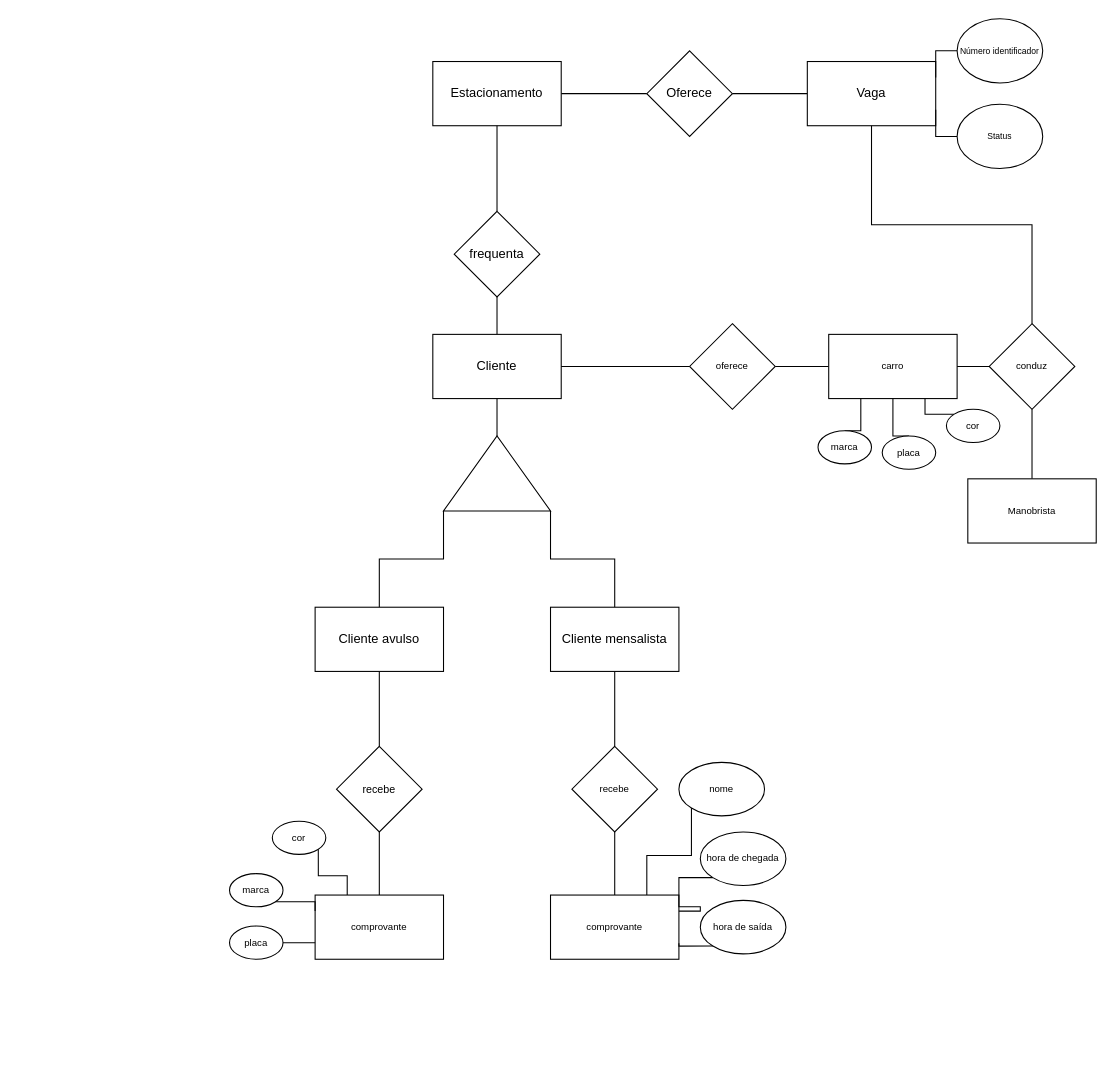
Above: Diagrama sem nome.drawio in PedroHsLox/aulabdd (draw.io), before the change. Source tidied: cells renumbered, new cells numbered last; positions are measured from the earlier drawing's top-left corner, leaving out a move shared by most shapes. Both pictures are drawn from the tidied source at 107%, with x=0, y=0 at pixel (229, 18).
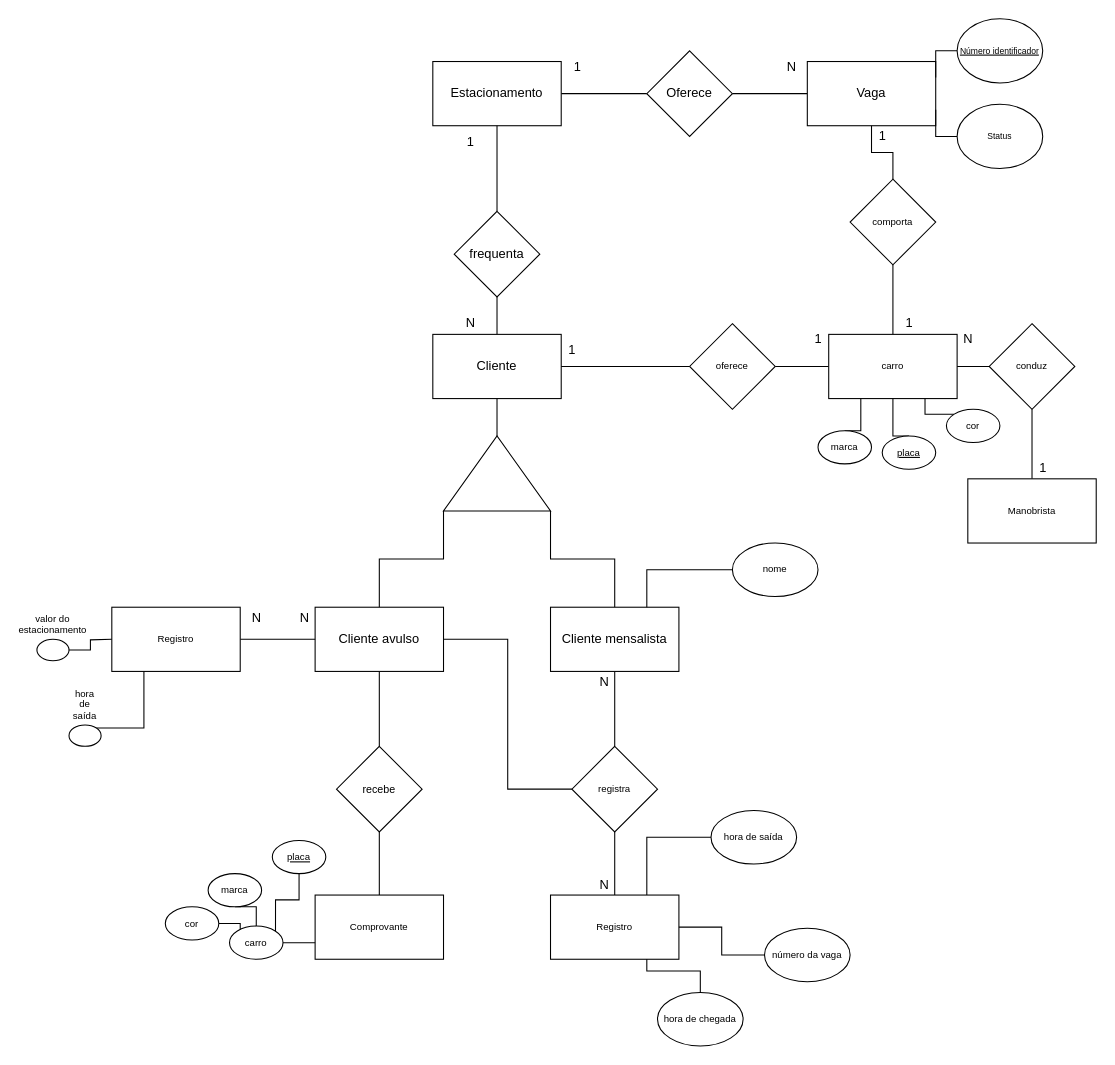
After the change.

Unchanged cells that the change refers to:
```xml
<mxCell id="6" value="&lt;div&gt;Vaga&lt;/div&gt;" style="rounded=0;whiteSpace=wrap;html=1;" parent="1" vertex="1">
  <mxGeometry x="540" y="40" width="120" height="60" as="geometry" />
</mxCell>
<mxCell id="18" value="Cliente mensalista" style="rounded=0;whiteSpace=wrap;html=1;fontSize=12;" parent="1" vertex="1">
  <mxGeometry x="300" y="550" width="120" height="60" as="geometry" />
</mxCell>
<mxCell id="20" value="Cliente avulso" style="rounded=0;whiteSpace=wrap;html=1;fontSize=12;" parent="1" vertex="1">
  <mxGeometry x="80" y="550" width="120" height="60" as="geometry" />
</mxCell>
<mxCell id="38" value="carro" style="rounded=0;whiteSpace=wrap;html=1;fontSize=9;" parent="1" vertex="1">
  <mxGeometry x="560" y="295" width="120" height="60" as="geometry" />
</mxCell>
<mxCell id="41" value="conduz" style="rhombus;whiteSpace=wrap;html=1;fontSize=9;" parent="1" vertex="1">
  <mxGeometry x="710" y="285" width="80" height="80" as="geometry" />
</mxCell>
```

What changed in the source:
```diff
@@
-    <mxCell id="8" value="Número identificador" style="ellipse;whiteSpace=wrap;html=1;fontSize=8;" parent="1" vertex="1">
+    <mxCell id="8" value="Número identificador" style="ellipse;whiteSpace=wrap;html=1;fontSize=8;fontStyle=4;" parent="1" vertex="1">
       <mxGeometry x="680" width="80" height="60" as="geometry" />
     </mxCell>
@@
-    <mxCell id="25" value="comprovante" style="rounded=0;whiteSpace=wrap;html=1;fontSize=9;" parent="1" vertex="1">
+    <mxCell id="25" value="Comprovante" style="rounded=0;whiteSpace=wrap;html=1;fontSize=9;" parent="1" vertex="1">
       <mxGeometry x="80" y="819" width="120" height="60" as="geometry" />
     </mxCell>
@@
+    <mxCell id="56" style="edgeStyle=orthogonalEdgeStyle;rounded=0;jettySize=auto;html=1;exitX=0;exitY=0.5;exitDx=0;exitDy=0;entryX=1;entryY=0.5;entryDx=0;entryDy=0;endArrow=none;endFill=0;" parent="1" edge="1" source="27" target="20">
+      <mxGeometry relative="1" as="geometry" />
+    </mxCell>
-    <mxCell id="27" value="recebe" style="rhombus;whiteSpace=wrap;html=1;fontSize=9;" parent="1" vertex="1">
+    <mxCell id="27" value="registra" style="rhombus;whiteSpace=wrap;html=1;fontSize=9;" parent="1" vertex="1">
       <mxGeometry x="320" y="680" width="80" height="80" as="geometry" />
     </mxCell>
-    <mxCell id="28" value="comprovante" style="rounded=0;whiteSpace=wrap;html=1;fontSize=9;" parent="1" vertex="1">
+    <mxCell id="28" value="Registro" style="rounded=0;whiteSpace=wrap;html=1;fontSize=9;" parent="1" vertex="1">
       <mxGeometry x="300" y="819" width="120" height="60" as="geometry" />
     </mxCell>
-    <mxCell id="29" style="edgeStyle=orthogonalEdgeStyle;rounded=0;jettySize=auto;html=1;exitX=1;exitY=1;exitDx=0;exitDy=0;entryX=0;entryY=0.25;entryDx=0;entryDy=0;strokeColor=default;fontSize=9;endArrow=none;endFill=0;" parent="1" edge="1" source="30" target="25">
-      <mxGeometry relative="1" as="geometry" />
-    </mxCell>
-    <mxCell id="30" value="marca" style="ellipse;whiteSpace=wrap;html=1;fontSize=9;" parent="1" vertex="1">
-      <mxGeometry y="799" width="50" height="31" as="geometry" />
-    </mxCell>
@@
-    <mxCell id="32" value="placa" style="ellipse;whiteSpace=wrap;html=1;fontSize=9;" parent="1" vertex="1">
+    <mxCell id="32" value="carro" style="ellipse;whiteSpace=wrap;html=1;fontSize=9;" parent="1" vertex="1">
       <mxGeometry y="848" width="50" height="31" as="geometry" />
     </mxCell>
-    <mxCell id="33" style="edgeStyle=orthogonalEdgeStyle;rounded=0;jettySize=auto;html=1;exitX=1;exitY=1;exitDx=0;exitDy=0;entryX=0.25;entryY=0;entryDx=0;entryDy=0;strokeColor=default;fontSize=9;endArrow=none;endFill=0;" parent="1" edge="1" source="34" target="25">
-      <mxGeometry relative="1" as="geometry" />
-    </mxCell>
-    <mxCell id="34" value="cor" style="ellipse;whiteSpace=wrap;html=1;fontSize=9;" parent="1" vertex="1">
-      <mxGeometry x="40" y="750" width="50" height="31" as="geometry" />
-    </mxCell>
@@
+    <mxCell id="57" style="edgeStyle=orthogonalEdgeStyle;rounded=0;jettySize=auto;html=1;exitX=0.5;exitY=0;exitDx=0;exitDy=0;entryX=0.5;entryY=1;entryDx=0;entryDy=0;endArrow=none;endFill=0;" parent="1" edge="1" source="38" target="60">
+      <mxGeometry relative="1" as="geometry" />
+    </mxCell>
@@
-    <mxCell id="40" style="edgeStyle=orthogonalEdgeStyle;rounded=0;jettySize=auto;html=1;exitX=0.5;exitY=0;exitDx=0;exitDy=0;entryX=0.5;entryY=1;entryDx=0;entryDy=0;strokeColor=default;fontSize=9;endArrow=none;endFill=0;" parent="1" edge="1" source="41" target="6">
-      <mxGeometry relative="1" as="geometry" />
-    </mxCell>
@@
-    <mxCell id="47" value="placa" style="ellipse;whiteSpace=wrap;html=1;fontSize=9;" parent="1" vertex="1">
+    <mxCell id="47" value="placa" style="ellipse;whiteSpace=wrap;html=1;fontSize=9;fontStyle=4;" parent="1" vertex="1">
       <mxGeometry x="610" y="390" width="50" height="31" as="geometry" />
     </mxCell>
@@
-    <mxCell id="50" style="edgeStyle=orthogonalEdgeStyle;rounded=0;jettySize=auto;html=1;exitX=0;exitY=1;exitDx=0;exitDy=0;entryX=1;entryY=0.25;entryDx=0;entryDy=0;strokeColor=default;fontSize=9;endArrow=none;endFill=0;" parent="1" edge="1" source="51" target="28">
+    <mxCell id="50" style="edgeStyle=orthogonalEdgeStyle;rounded=0;jettySize=auto;html=1;exitX=0.5;exitY=0;exitDx=0;exitDy=0;endArrow=none;endFill=0;entryX=0.75;entryY=1;entryDx=0;entryDy=0;" parent="1" edge="1" source="51" target="28">
       <mxGeometry relative="1" as="geometry" />
     </mxCell>
     <mxCell id="51" value="hora de chegada" style="ellipse;whiteSpace=wrap;html=1;fontSize=9;" parent="1" vertex="1">
-      <mxGeometry x="440" y="760" width="80" height="50" as="geometry" />
+      <mxGeometry x="400" y="910" width="80" height="50" as="geometry" />
     </mxCell>
-    <mxCell id="52" style="edgeStyle=orthogonalEdgeStyle;rounded=0;jettySize=auto;html=1;exitX=0;exitY=1;exitDx=0;exitDy=0;entryX=1;entryY=0.75;entryDx=0;entryDy=0;strokeColor=default;fontSize=9;endArrow=none;endFill=0;" parent="1" edge="1" source="53" target="28">
+    <mxCell id="52" style="edgeStyle=orthogonalEdgeStyle;rounded=0;jettySize=auto;html=1;exitX=0;exitY=0.5;exitDx=0;exitDy=0;entryX=0.75;entryY=0;entryDx=0;entryDy=0;endArrow=none;endFill=0;" parent="1" edge="1" source="53" target="28">
       <mxGeometry relative="1" as="geometry" />
     </mxCell>
     <mxCell id="53" value="hora de saída" style="ellipse;whiteSpace=wrap;html=1;fontSize=9;" parent="1" vertex="1">
-      <mxGeometry x="440" y="824" width="80" height="50" as="geometry" />
+      <mxGeometry x="450" y="740" width="80" height="50" as="geometry" />
     </mxCell>
-    <mxCell id="54" style="edgeStyle=orthogonalEdgeStyle;rounded=0;jettySize=auto;html=1;exitX=0;exitY=1;exitDx=0;exitDy=0;entryX=0.75;entryY=0;entryDx=0;entryDy=0;strokeColor=default;fontSize=9;endArrow=none;endFill=0;" parent="1" edge="1" source="55" target="28">
-      <mxGeometry relative="1" as="geometry" />
-    </mxCell>
+    <mxCell id="58" style="edgeStyle=orthogonalEdgeStyle;rounded=0;jettySize=auto;html=1;exitX=0;exitY=0.5;exitDx=0;exitDy=0;entryX=0.75;entryY=0;entryDx=0;entryDy=0;endArrow=none;endFill=0;" parent="1" edge="1" source="55" target="18">
+      <mxGeometry relative="1" as="geometry" />
+    </mxCell>
     <mxCell id="55" value="nome" style="ellipse;whiteSpace=wrap;html=1;fontSize=9;" parent="1" vertex="1">
-      <mxGeometry x="420" y="695" width="80" height="50" as="geometry" />
+      <mxGeometry x="470" y="490" width="80" height="50" as="geometry" />
     </mxCell>
+    <mxCell id="59" style="edgeStyle=orthogonalEdgeStyle;rounded=0;jettySize=auto;html=1;exitX=0.5;exitY=0;exitDx=0;exitDy=0;entryX=0.5;entryY=1;entryDx=0;entryDy=0;endArrow=none;endFill=0;" parent="1" edge="1" source="60" target="6">
+      <mxGeometry relative="1" as="geometry" />
+    </mxCell>
+    <mxCell id="60" value="comporta" style="rhombus;whiteSpace=wrap;html=1;fontSize=9;" parent="1" vertex="1">
+      <mxGeometry x="580" y="150" width="80" height="80" as="geometry" />
+    </mxCell>
+    <mxCell id="61" style="edgeStyle=orthogonalEdgeStyle;rounded=0;jettySize=auto;html=1;exitX=1;exitY=0.5;exitDx=0;exitDy=0;entryX=0;entryY=0.5;entryDx=0;entryDy=0;endArrow=none;endFill=0;" parent="1" edge="1" source="62" target="20">
+      <mxGeometry relative="1" as="geometry" />
+    </mxCell>
+    <mxCell id="62" value="Registro" style="rounded=0;whiteSpace=wrap;html=1;fontSize=9;" parent="1" vertex="1">
+      <mxGeometry x="-110" y="550" width="120" height="60" as="geometry" />
+    </mxCell>
+    <mxCell id="63" style="edgeStyle=orthogonalEdgeStyle;rounded=0;jettySize=auto;html=1;exitX=1;exitY=0.5;exitDx=0;exitDy=0;endArrow=none;endFill=0;" parent="1" edge="1" source="64">
+      <mxGeometry relative="1" as="geometry">
+        <mxPoint x="-110" y="580" as="targetPoint" />
+      </mxGeometry>
+    </mxCell>
+    <mxCell id="64" value="valor do estacionamento" style="ellipse;whiteSpace=wrap;html=1;fontSize=9;labelPosition=center;verticalLabelPosition=top;align=center;verticalAlign=bottom;" parent="1" vertex="1">
+      <mxGeometry x="-180" y="580" width="30" height="20" as="geometry" />
+    </mxCell>
+    <mxCell id="65" style="edgeStyle=orthogonalEdgeStyle;rounded=0;jettySize=auto;html=1;exitX=1;exitY=0;exitDx=0;exitDy=0;entryX=0.25;entryY=1;entryDx=0;entryDy=0;endArrow=none;endFill=0;" parent="1" edge="1" source="66" target="62">
+      <mxGeometry relative="1" as="geometry" />
+    </mxCell>
+    <mxCell id="66" value="hora de saída&lt;br&gt;" style="ellipse;whiteSpace=wrap;html=1;fontSize=9;labelPosition=center;verticalLabelPosition=top;align=center;verticalAlign=bottom;" parent="1" vertex="1">
+      <mxGeometry x="-150" y="660" width="30" height="20" as="geometry" />
+    </mxCell>
+    <mxCell id="67" style="edgeStyle=orthogonalEdgeStyle;rounded=0;jettySize=auto;html=1;exitX=0;exitY=0.5;exitDx=0;exitDy=0;entryX=1;entryY=0.5;entryDx=0;entryDy=0;endArrow=none;endFill=0;" parent="1" edge="1" source="68" target="28">
+      <mxGeometry relative="1" as="geometry" />
+    </mxCell>
+    <mxCell id="68" value="número da vaga" style="ellipse;whiteSpace=wrap;html=1;fontSize=9;" parent="1" vertex="1">
+      <mxGeometry x="500" y="850" width="80" height="50" as="geometry" />
+    </mxCell>
+    <mxCell id="69" style="edgeStyle=orthogonalEdgeStyle;rounded=0;jettySize=auto;html=1;exitX=1;exitY=0.5;exitDx=0;exitDy=0;endArrow=none;endFill=0;" parent="1" edge="1" source="34" target="32">
+      <mxGeometry relative="1" as="geometry">
+        <Array as="points">
+          <mxPoint x="10" y="846" />
+        </Array>
+      </mxGeometry>
+    </mxCell>
+    <mxCell id="34" value="cor" style="ellipse;whiteSpace=wrap;html=1;fontSize=9;" parent="1" vertex="1">
+      <mxGeometry x="-60" y="830" width="50" height="31" as="geometry" />
+    </mxCell>
+    <mxCell id="70" style="edgeStyle=orthogonalEdgeStyle;rounded=0;jettySize=auto;html=1;exitX=0.5;exitY=1;exitDx=0;exitDy=0;entryX=0.5;entryY=0;entryDx=0;entryDy=0;endArrow=none;endFill=0;" parent="1" edge="1" source="30" target="32">
+      <mxGeometry relative="1" as="geometry" />
+    </mxCell>
+    <mxCell id="30" value="marca" style="ellipse;whiteSpace=wrap;html=1;fontSize=9;" parent="1" vertex="1">
+      <mxGeometry x="-20" y="799" width="50" height="31" as="geometry" />
+    </mxCell>
+    <mxCell id="71" style="edgeStyle=orthogonalEdgeStyle;rounded=0;jettySize=auto;html=1;exitX=0.5;exitY=1;exitDx=0;exitDy=0;entryX=1;entryY=0;entryDx=0;entryDy=0;endArrow=none;endFill=0;" parent="1" edge="1" source="72" target="32">
+      <mxGeometry relative="1" as="geometry" />
+    </mxCell>
+    <mxCell id="72" value="placa" style="ellipse;whiteSpace=wrap;html=1;fontSize=9;fontStyle=4;" parent="1" vertex="1">
+      <mxGeometry x="40" y="768" width="50" height="31" as="geometry" />
+    </mxCell>
+    <mxCell id="73" value="1" style="text;html=1;align=center;verticalAlign=middle;strokeColor=none;fillColor=none;" parent="1" vertex="1">
+      <mxGeometry x="310" y="30" width="30" height="30" as="geometry" />
+    </mxCell>
+    <mxCell id="74" value="N" style="text;html=1;align=center;verticalAlign=middle;strokeColor=none;fillColor=none;" parent="1" vertex="1">
+      <mxGeometry x="510" y="30" width="30" height="30" as="geometry" />
+    </mxCell>
+    <mxCell id="75" value="N" style="text;html=1;align=center;verticalAlign=middle;strokeColor=none;fillColor=none;" parent="1" vertex="1">
+      <mxGeometry x="210" y="270" width="30" height="30" as="geometry" />
+    </mxCell>
+    <mxCell id="76" value="1" style="text;html=1;align=center;verticalAlign=middle;strokeColor=none;fillColor=none;" parent="1" vertex="1">
+      <mxGeometry x="210" y="100" width="30" height="30" as="geometry" />
+    </mxCell>
+    <mxCell id="77" value="N" style="text;html=1;align=center;verticalAlign=middle;strokeColor=none;fillColor=none;" parent="1" vertex="1">
+      <mxGeometry x="335" y="795" width="30" height="30" as="geometry" />
+    </mxCell>
+    <mxCell id="78" value="N" style="text;html=1;align=center;verticalAlign=middle;strokeColor=none;fillColor=none;" parent="1" vertex="1">
+      <mxGeometry x="335" y="605" width="30" height="30" as="geometry" />
+    </mxCell>
+    <mxCell id="79" value="N" style="text;html=1;align=center;verticalAlign=middle;strokeColor=none;fillColor=none;" parent="1" vertex="1">
+      <mxGeometry x="55" y="545" width="30" height="30" as="geometry" />
+    </mxCell>
+    <mxCell id="80" value="N" style="text;html=1;align=center;verticalAlign=middle;strokeColor=none;fillColor=none;" parent="1" vertex="1">
+      <mxGeometry x="10" y="545" width="30" height="30" as="geometry" />
+    </mxCell>
+    <mxCell id="81" value="1" style="text;html=1;align=center;verticalAlign=middle;strokeColor=none;fillColor=none;" parent="1" vertex="1">
+      <mxGeometry x="535" y="285" width="30" height="30" as="geometry" />
+    </mxCell>
+    <mxCell id="82" value="1" style="text;html=1;align=center;verticalAlign=middle;strokeColor=none;fillColor=none;" parent="1" vertex="1">
+      <mxGeometry x="745" y="405" width="30" height="30" as="geometry" />
+    </mxCell>
+    <mxCell id="83" value="N" style="text;html=1;align=center;verticalAlign=middle;strokeColor=none;fillColor=none;" parent="1" vertex="1">
+      <mxGeometry x="675" y="285" width="30" height="30" as="geometry" />
+    </mxCell>
+    <mxCell id="84" value="1" style="text;html=1;align=center;verticalAlign=middle;strokeColor=none;fillColor=none;" parent="1" vertex="1">
+      <mxGeometry x="595" y="95" width="30" height="30" as="geometry" />
+    </mxCell>
+    <mxCell id="85" value="1" style="text;html=1;align=center;verticalAlign=middle;strokeColor=none;fillColor=none;" parent="1" vertex="1">
+      <mxGeometry x="620" y="270" width="30" height="30" as="geometry" />
+    </mxCell>
+    <mxCell id="86" value="1" style="text;html=1;align=center;verticalAlign=middle;strokeColor=none;fillColor=none;" parent="1" vertex="1">
+      <mxGeometry x="305" y="295" width="30" height="30" as="geometry" />
+    </mxCell>
```
